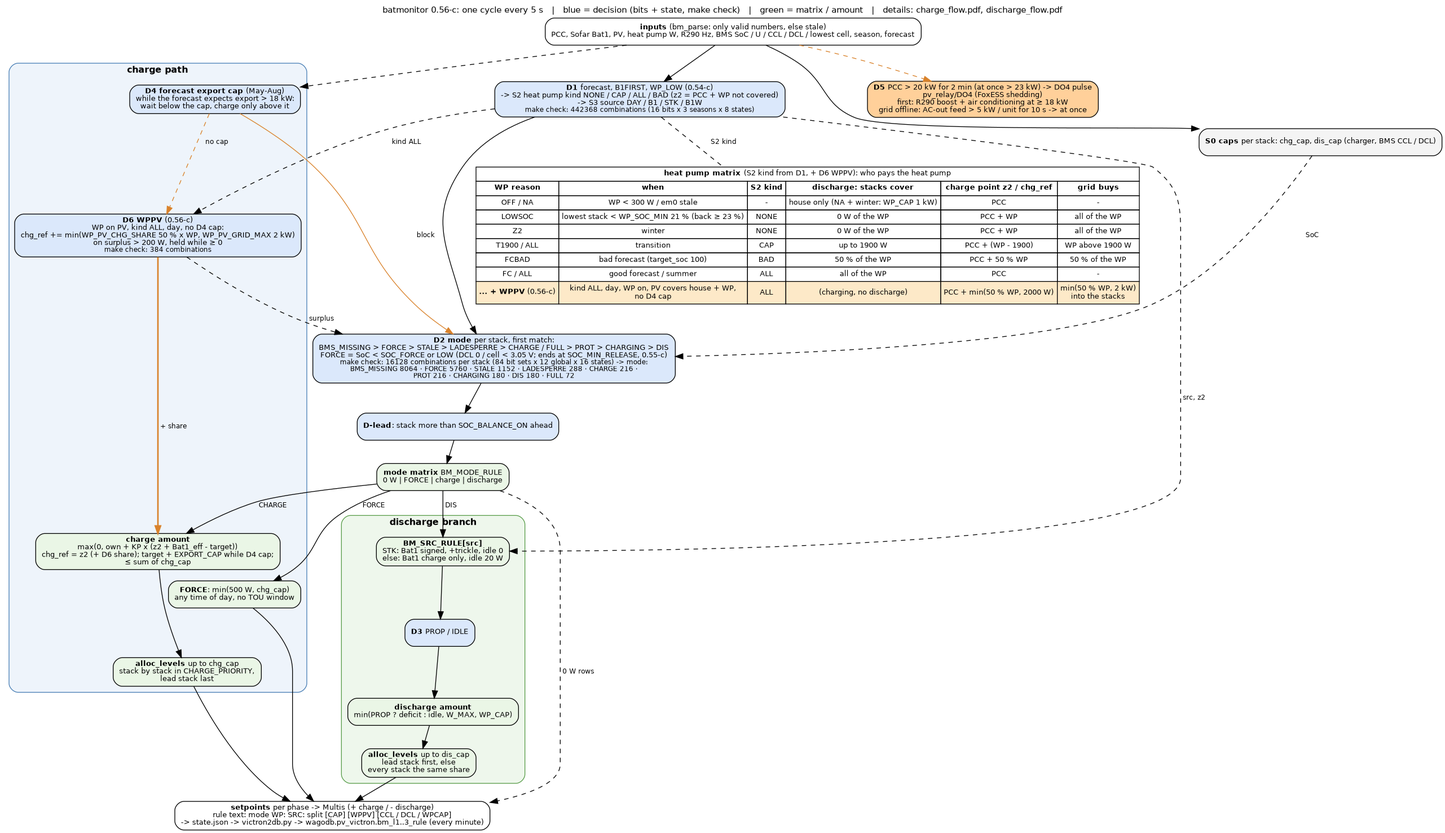
This is docs/control_flow.png from gerontec/victron, a Graphviz export, as it was before one commit. Its source is kept beside it as docs/control_flow.dot.
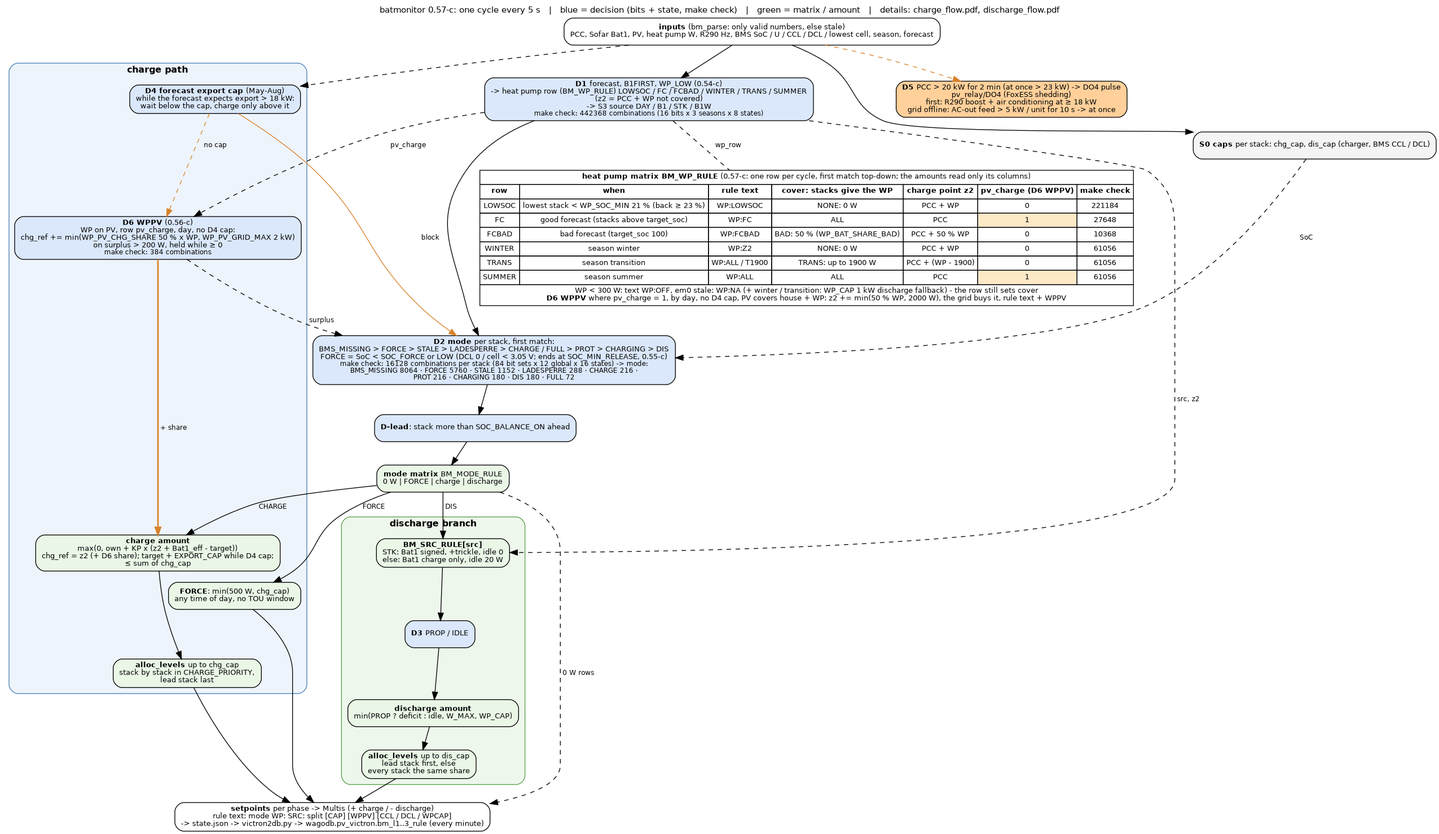
Later version of the same file.

What changed in the source:
```diff
@@ -1,23 +1,24 @@
 digraph control {
 	graph [rankdir=TB, fontname="Helvetica", fontsize=11, nodesep=0.5, ranksep=0.4, newrank=true,
-		   label="batmonitor 0.56-c: one cycle every 5 s   |   blue = decision (bits + state, make check)   |   green = matrix / amount   |   details: charge_flow.pdf, discharge_flow.pdf",
+		   label="batmonitor 0.57-c: one cycle every 5 s   |   blue = decision (bits + state, make check)   |   green = matrix / amount   |   details: charge_flow.pdf, discharge_flow.pdf",
 		   labelloc=t];
 	node [shape=box, style="rounded,filled", fillcolor="#f4f4f4", fontname="Helvetica", fontsize=10];
 	edge [fontname="Helvetica", fontsize=9];
 
 	in [label=<<b>inputs</b> (bm_parse: only valid numbers, else stale)<br/>PCC, Sofar Bat1, PV, heat pump W, R290 Hz, BMS SoC / U / CCL / DCL / lowest cell, season, forecast>, fillcolor="#ffffff"];
-	d1 [label=<<b>D1</b> forecast, B1FIRST, WP_LOW (0.54-c)<br/>-&gt; S2 heat pump kind NONE / CAP / ALL / BAD (z2 = PCC + WP not covered)<br/>-&gt; S3 source DAY / B1 / STK / B1W<br/><font point-size="9">make check: 442368 combinations (16 bits x 3 seasons x 8 states)</font>>, fillcolor="#dbe8fb"];
+	d1 [label=<<b>D1</b> forecast, B1FIRST, WP_LOW (0.54-c)<br/>-&gt; heat pump row (BM_WP_RULE) LOWSOC / FC / FCBAD / WINTER / TRANS / SUMMER<br/>(z2 = PCC + WP not covered)<br/>-&gt; S3 source DAY / B1 / STK / B1W<br/><font point-size="9">make check: 442368 combinations (16 bits x 3 seasons x 8 states)</font>>, fillcolor="#dbe8fb"];
 	wpm [shape=plain, label=<
 			<table border="0" cellborder="1" cellspacing="0" cellpadding="3" bgcolor="#ffffff">
-			<tr><td colspan="6"><b>heat pump matrix</b> (S2 kind from D1, + D6 WPPV): who pays the heat pump</td></tr>
-			<tr><td><b>WP reason</b></td><td><b>when</b></td><td><b>S2 kind</b></td><td><b>discharge: stacks cover</b></td><td><b>charge point z2 / chg_ref</b></td><td><b>grid buys</b></td></tr>
-			<tr><td>OFF / NA</td><td>WP &lt; 300 W / em0 stale</td><td>-</td><td>house only (NA + winter: WP_CAP 1 kW)</td><td>PCC</td><td>-</td></tr>
-			<tr><td>LOWSOC</td><td>lowest stack &lt; WP_SOC_MIN 21 % (back &ge; 23 %)</td><td>NONE</td><td>0 W of the WP</td><td>PCC + WP</td><td>all of the WP</td></tr>
-			<tr><td>Z2</td><td>winter</td><td>NONE</td><td>0 W of the WP</td><td>PCC + WP</td><td>all of the WP</td></tr>
-			<tr><td>T1900 / ALL</td><td>transition</td><td>CAP</td><td>up to 1900 W</td><td>PCC + (WP - 1900)</td><td>WP above 1900 W</td></tr>
-			<tr><td>FCBAD</td><td>bad forecast (target_soc 100)</td><td>BAD</td><td>50 % of the WP</td><td>PCC + 50 % WP</td><td>50 % of the WP</td></tr>
-			<tr><td>FC / ALL</td><td>good forecast / summer</td><td>ALL</td><td>all of the WP</td><td>PCC</td><td>-</td></tr>
-			<tr><td bgcolor="#fde9c8"><b>... + WPPV</b> (0.56-c)</td><td bgcolor="#fde9c8">kind ALL, day, WP on, PV covers house + WP,<br/>no D4 cap</td><td bgcolor="#fde9c8">ALL</td><td bgcolor="#fde9c8">(charging, no discharge)</td><td bgcolor="#fde9c8">PCC + min(50 % WP, 2000 W)</td><td bgcolor="#fde9c8">min(50 % WP, 2 kW)<br/>into the stacks</td></tr>
+			<tr><td colspan="7"><b>heat pump matrix BM_WP_RULE</b> (0.57-c: one row per cycle, first match top-down; the amounts read only its columns)</td></tr>
+			<tr><td><b>row</b></td><td><b>when</b></td><td><b>rule text</b></td><td><b>cover: stacks give the WP</b></td><td><b>charge point z2</b></td><td><b>pv_charge (D6 WPPV)</b></td><td><b>make check</b></td></tr>
+			<tr><td>LOWSOC</td><td>lowest stack &lt; WP_SOC_MIN 21 % (back &ge; 23 %)</td><td>WP:LOWSOC</td><td>NONE: 0 W</td><td>PCC + WP</td><td>0</td><td>221184</td></tr>
+			<tr><td>FC</td><td>good forecast (stacks above target_soc)</td><td>WP:FC</td><td>ALL</td><td>PCC</td><td bgcolor="#fde9c8">1</td><td>27648</td></tr>
+			<tr><td>FCBAD</td><td>bad forecast (target_soc 100)</td><td>WP:FCBAD</td><td>BAD: 50 % (WP_BAT_SHARE_BAD)</td><td>PCC + 50 % WP</td><td>0</td><td>10368</td></tr>
+			<tr><td>WINTER</td><td>season winter</td><td>WP:Z2</td><td>NONE: 0 W</td><td>PCC + WP</td><td>0</td><td>61056</td></tr>
+			<tr><td>TRANS</td><td>season transition</td><td>WP:ALL / T1900</td><td>TRANS: up to 1900 W</td><td>PCC + (WP - 1900)</td><td>0</td><td>61056</td></tr>
+			<tr><td>SUMMER</td><td>season summer</td><td>WP:ALL</td><td>ALL</td><td>PCC</td><td bgcolor="#fde9c8">1</td><td>61056</td></tr>
+			<tr><td colspan="7">WP &lt; 300 W: text WP:OFF, em0 stale: WP:NA (+ winter / transition: WP_CAP 1 kW discharge fallback) - the row still sets cover<br/>
+			<b>D6 WPPV</b> where pv_charge = 1, by day, no D4 cap, PV covers house + WP: z2 += min(50 % WP, 2000 W), the grid buys it, rule text + WPPV</td></tr>
 			</table>>];
 	gates [label=<<b>S0 caps</b> per stack: chg_cap, dis_cap (charger, BMS CCL / DCL)>];
 	d2 [label=<<b>D2 mode</b> per stack, first match:<br/>BMS_MISSING &gt; FORCE &gt; STALE &gt; LADESPERRE &gt; CHARGE / FULL &gt; PROT &gt; CHARGING &gt; DIS<br/>FORCE = SoC &lt; SOC_FORCE or LOW (DCL 0 / cell &lt; 3.05 V; ends at SOC_MIN_RELEASE, 0.55-c)<br/><font point-size="9">make check: 16128 combinations per stack (84 bit sets x 12 global x 16 states) -&gt; mode:<br/>BMS_MISSING 8064 · FORCE 5760 · STALE 1152 · LADESPERRE 288 · CHARGE 216 ·<br/>PROT 216 · CHARGING 180 · DIS 180 · FULL 72</font>>, fillcolor="#dbe8fb"];
@@ -27,7 +28,7 @@
 	subgraph cluster_charge {
 		label=<<b>charge path</b>>; style="rounded,filled"; fillcolor="#eef4fb"; color="#4a7fb5"; fontsize=12;
 		d4 [label=<<b>D4 forecast export cap</b> (May-Aug)<br/>while the forecast expects export &gt; 18 kW:<br/>wait below the cap, charge only above it>, fillcolor="#dbe8fb"];
-		d6 [label=<<b>D6 WPPV</b> (0.56-c)<br/>WP on PV, kind ALL, day, no D4 cap:<br/>chg_ref += min(WP_PV_CHG_SHARE 50 % x WP, WP_PV_GRID_MAX 2 kW)<br/>on surplus &gt; 200 W, held while &ge; 0<br/><font point-size="9">make check: 384 combinations</font>>, fillcolor="#dbe8fb"];
+		d6 [label=<<b>D6 WPPV</b> (0.56-c)<br/>WP on PV, row pv_charge, day, no D4 cap:<br/>chg_ref += min(WP_PV_CHG_SHARE 50 % x WP, WP_PV_GRID_MAX 2 kW)<br/>on surplus &gt; 200 W, held while &ge; 0<br/><font point-size="9">make check: 384 combinations</font>>, fillcolor="#dbe8fb"];
 		cforce [label=<<b>FORCE</b>: min(500 W, chg_cap)<br/>any time of day, no TOU window>, fillcolor="#eaf6e6"];
 		camount [label=<<b>charge amount</b><br/>max(0, own + KP x (z2 + Bat1_eff - target))<br/>chg_ref = z2 (+ D6 share); target + EXPORT_CAP while D4 cap;<br/>&le; sum of chg_cap>, fillcolor="#eaf6e6"];
 		csplit [label=<<b>alloc_levels</b> up to chg_cap<br/>stack by stack in CHARGE_PRIORITY,<br/>lead stack last>, fillcolor="#eaf6e6"];
@@ -47,8 +48,8 @@
 	out [label=<<b>setpoints</b> per phase -&gt; Multis (+ charge / - discharge)<br/>rule text: mode WP: SRC: split [CAP] [WPPV] [CCL / DCL / WPCAP]<br/>-&gt; state.json -&gt; victron2db.py -&gt; wagodb.pv_victron.bm_l1..3_rule (every minute)>, fillcolor="#ffffff"];
 
 	in -> d1 -> d2;
-	d1 -> wpm [style=dashed, arrowhead=none, label=" S2 kind"];
-	d1 -> d6 [style=dashed, label=" kind ALL"];
+	d1 -> wpm [style=dashed, arrowhead=none, label=" wp_row"];
+	d1 -> d6 [style=dashed, label=" pv_charge"];
 	d4 -> d6 [style=dashed, color="#d9822b", label=" no cap"];
 	d6 -> camount [color="#d9822b", penwidth=2, label=" + share"];
 	d6 -> d2 [style=dashed, label=" surplus"];
```
